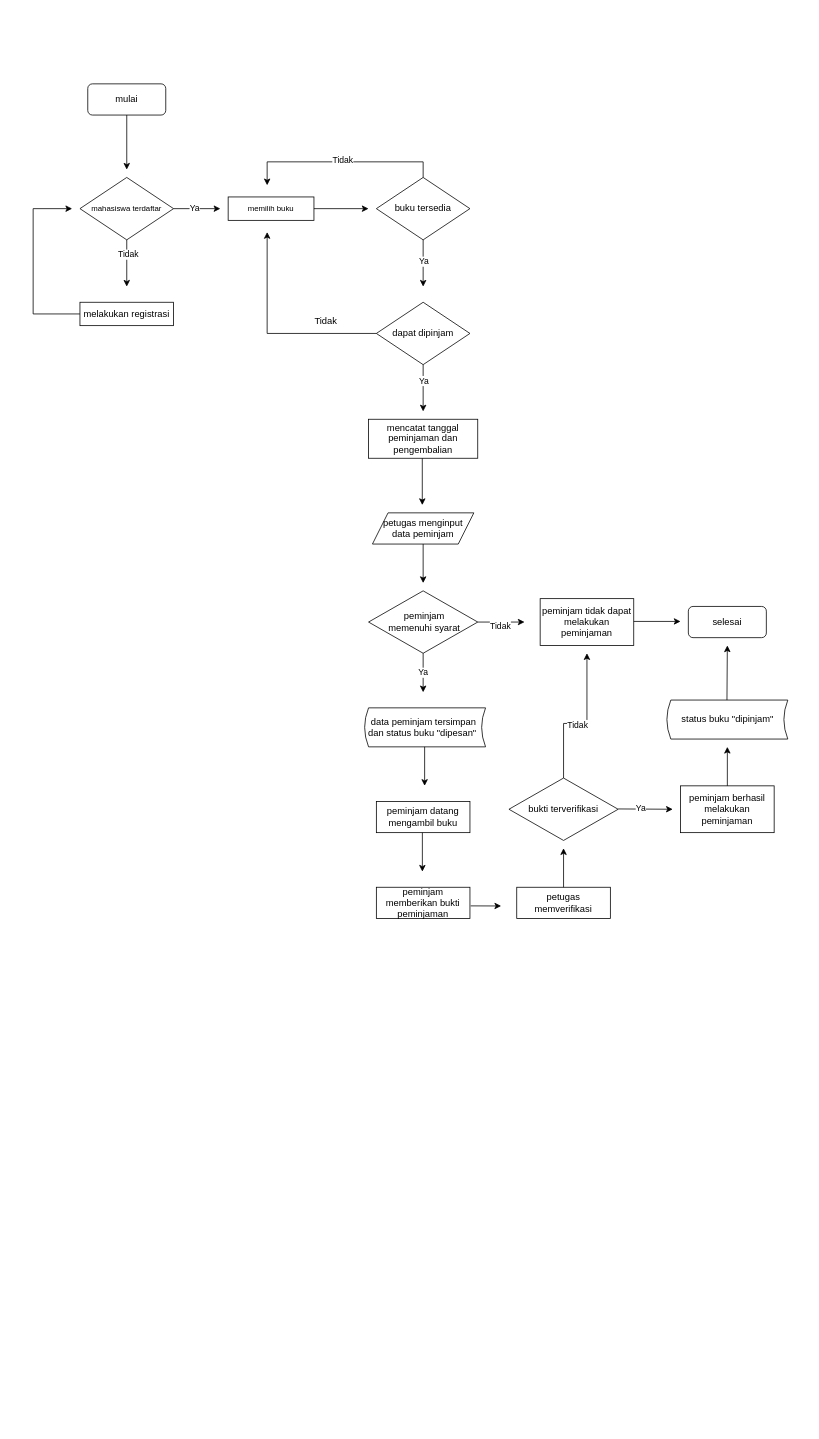
rifqireza/Project keeps this draw.io diagram as Diagram Tanpa Judul.drawio. Above is the earlier version. Source tidied: cells renumbered, new cells numbered last; positions are measured from the earlier drawing's top-left corner, leaving out a move shared by most shapes. Both pictures are drawn from the tidied source at 78%, with x=0, y=0 at pixel (33, 83).
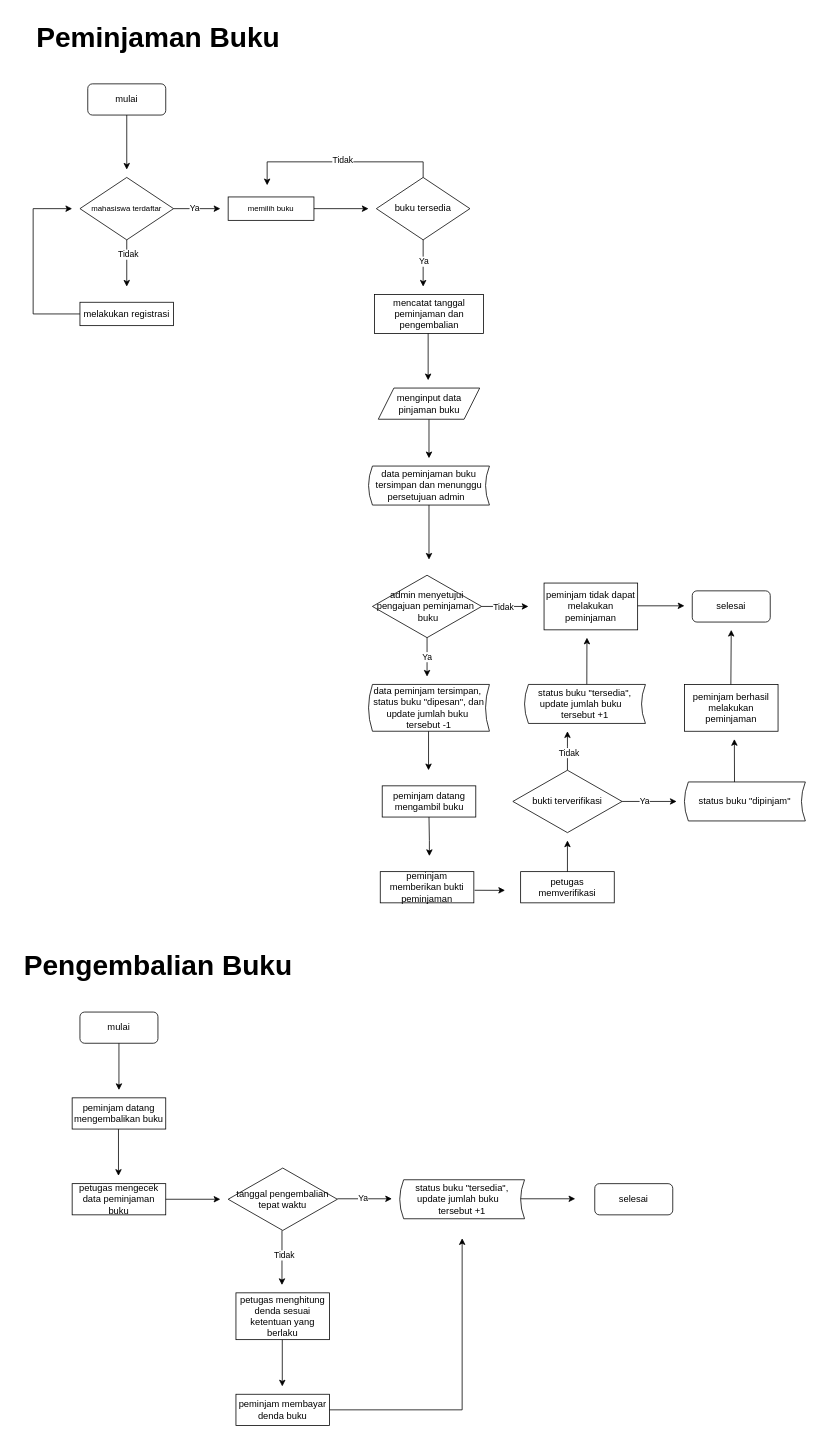
After the change.

The edit, as a diff of the source:
```diff
@@
-    <mxCell id="18" value="dapat dipinjam" style="rhombus;whiteSpace=wrap;html=1;" parent="1" vertex="1">
-      <mxGeometry x="440" y="280" width="120" height="80" as="geometry" />
-    </mxCell>
-    <mxCell id="19" style="endArrow=classic;html=1;rounded=0;exitX=0.5;exitY=1;exitDx=0;exitDy=0;" parent="1" edge="1">
-      <mxGeometry relative="1" as="geometry">
-        <mxPoint x="500" y="360" as="sourcePoint" />
-        <mxPoint x="500" y="420" as="targetPoint" />
-      </mxGeometry>
-    </mxCell>
-    <mxCell id="20" value="Ya" style="edgeLabel;html=1;align=center;verticalAlign=middle;" parent="19" vertex="1">
-      <mxGeometry x="-0.34" relative="1" as="geometry" />
-    </mxCell>
-    <mxCell id="21" style="endArrow=classic;html=1;rounded=0;exitX=0;exitY=0.5;exitDx=0;exitDy=0;" parent="1" edge="1" source="18">
-      <mxGeometry relative="1" as="geometry">
-        <mxPoint x="300" y="190" as="targetPoint" />
-        <Array as="points">
-          <mxPoint x="300" y="320" />
-        </Array>
-      </mxGeometry>
-    </mxCell>
-    <mxCell id="22" value="Tidak" style="text;html=1;align=center;verticalAlign=middle;strokeColor=none;fillColor=none;" parent="1" vertex="1">
-      <mxGeometry x="350" y="290" width="50" height="30" as="geometry" />
-    </mxCell>
     <mxCell id="23" value="mencatat tanggal peminjaman dan pengembalian" style="rounded=0;whiteSpace=wrap;html=1;" parent="1" vertex="1">
-      <mxGeometry x="430" y="430" width="140" height="50" as="geometry" />
+      <mxGeometry x="437.5" y="270" width="140" height="50" as="geometry" />
     </mxCell>
     <mxCell id="24" style="endArrow=classic;html=1;rounded=0;exitX=0.5;exitY=1;exitDx=0;exitDy=0;" parent="1" edge="1">
       <mxGeometry relative="1" as="geometry">
-        <mxPoint x="498.9" y="480" as="sourcePoint" />
-        <mxPoint x="498.9" y="540" as="targetPoint" />
+        <mxPoint x="506.4" y="320" as="sourcePoint" />
+        <mxPoint x="506.4" y="380" as="targetPoint" />
       </mxGeometry>
     </mxCell>
-    <mxCell id="25" value="petugas menginput data peminjam" style="shape=parallelogram;perimeter=parallelogramPerimeter;whiteSpace=wrap;html=1;fixedSize=1;" parent="1" vertex="1">
-      <mxGeometry x="435" y="550" width="130" height="40" as="geometry" />
+    <mxCell id="25" value="menginput data pinjaman buku" style="shape=parallelogram;perimeter=parallelogramPerimeter;whiteSpace=wrap;html=1;fixedSize=1;" parent="1" vertex="1">
+      <mxGeometry x="442.5" y="390" width="130" height="40" as="geometry" />
     </mxCell>
@@
     <mxCell id="27" style="endArrow=classic;html=1;rounded=0;" parent="1" edge="1">
       <mxGeometry relative="1" as="geometry">
-        <mxPoint x="500" y="590" as="sourcePoint" />
-        <mxPoint x="500" y="640" as="targetPoint" />
+        <mxPoint x="507.5" y="430" as="sourcePoint" />
+        <mxPoint x="507.5" y="480" as="targetPoint" />
       </mxGeometry>
     </mxCell>
-    <mxCell id="28" value="&amp;nbsp; &amp;nbsp; &amp;nbsp; peminjam&amp;nbsp; &amp;nbsp; &amp;nbsp; &amp;nbsp;memenuhi syarat" style="rhombus;whiteSpace=wrap;html=1;" parent="1" vertex="1">
-      <mxGeometry x="430" y="650" width="140" height="80" as="geometry" />
+    <mxCell id="28" value="admin menyetujui pengajuan peminjaman&amp;nbsp; &amp;nbsp;buku" style="rhombus;whiteSpace=wrap;html=1;" parent="1" vertex="1">
+      <mxGeometry x="435" y="630" width="140" height="80" as="geometry" />
     </mxCell>
     <mxCell id="29" value="selesai" style="rounded=1;whiteSpace=wrap;html=1;" parent="1" vertex="1">
-      <mxGeometry x="840" y="670" width="100" height="40" as="geometry" />
+      <mxGeometry x="845" y="650" width="100" height="40" as="geometry" />
     </mxCell>
     <mxCell id="30" style="endArrow=classic;html=1;rounded=0;exitX=1;exitY=0.5;exitDx=0;exitDy=0;" parent="1" edge="1" source="28">
       <mxGeometry relative="1" as="geometry">
-        <mxPoint x="630" y="690" as="targetPoint" />
+        <mxPoint x="635" y="670" as="targetPoint" />
       </mxGeometry>
     </mxCell>
-    <mxCell id="31" value="Tidak" style="edgeLabel;html=1;align=center;verticalAlign=middle;" parent="30" vertex="1">
-      <mxGeometry x="-0.08" y="-4" relative="1" as="geometry" />
-    </mxCell>
+    <mxCell id="52" value="Tidak" style="edgeLabel;html=1;align=center;verticalAlign=middle;" parent="30" vertex="1">
+      <mxGeometry x="-0.1" relative="1" as="geometry" />
+    </mxCell>
     <mxCell id="32" value="Ya" style="endArrow=classic;html=1;rounded=0;exitX=0.5;exitY=1;exitDx=0;exitDy=0;" parent="1" edge="1" source="28">
       <mxGeometry relative="1" as="geometry">
-        <mxPoint x="500" y="780" as="targetPoint" />
+        <mxPoint x="505" y="760" as="targetPoint" />
       </mxGeometry>
     </mxCell>
-    <mxCell id="33" value="data peminjam tersimpan&amp;nbsp; dan status buku &quot;dipesan&quot;&amp;nbsp;&amp;nbsp;" style="shape=dataStorage;whiteSpace=wrap;html=1;fixedSize=1;size=5;" parent="1" vertex="1">
-      <mxGeometry x="425" y="800" width="155" height="50" as="geometry" />
+    <mxCell id="33" value="&lt;br&gt;data peminjam tersimpan,&amp;nbsp; status buku &quot;dipesan&quot;, dan&lt;br style=&quot;border-color: var(--border-color);&quot;&gt;update jumlah buku&amp;nbsp; tersebut -1&lt;br&gt;&amp;nbsp;" style="shape=dataStorage;whiteSpace=wrap;html=1;fixedSize=1;size=5;" parent="1" vertex="1">
+      <mxGeometry x="430" y="770" width="155" height="60" as="geometry" />
     </mxCell>
     <mxCell id="34" style="endArrow=classic;html=1;rounded=0;exitX=0.5;exitY=1;exitDx=0;exitDy=0;" parent="1" edge="1">
       <mxGeometry relative="1" as="geometry">
-        <mxPoint x="501.9" y="850" as="sourcePoint" />
-        <mxPoint x="501.9" y="900" as="targetPoint" />
+        <mxPoint x="506.9" y="830" as="sourcePoint" />
+        <mxPoint x="506.9" y="880" as="targetPoint" />
       </mxGeometry>
     </mxCell>
     <mxCell id="35" value="peminjam datang mengambil buku" style="rounded=0;whiteSpace=wrap;html=1;" parent="1" vertex="1">
-      <mxGeometry x="440" y="920" width="120" height="40" as="geometry" />
+      <mxGeometry x="447.5" y="900" width="120" height="40" as="geometry" />
     </mxCell>
     <mxCell id="36" value="peminjam memberikan bukti peminjaman" style="rounded=0;whiteSpace=wrap;html=1;" parent="1" vertex="1">
-      <mxGeometry x="440" y="1030" width="120" height="40" as="geometry" />
+      <mxGeometry x="445" y="1010" width="120" height="40" as="geometry" />
     </mxCell>
-    <mxCell id="37" style="endArrow=classic;html=1;rounded=0;exitX=0.5;exitY=1;exitDx=0;exitDy=0;" parent="1" edge="1">
+    <mxCell id="37" style="endArrow=classic;html=1;rounded=0;exitX=0.5;exitY=1;exitDx=0;exitDy=0;" parent="1" edge="1" source="35">
       <mxGeometry relative="1" as="geometry">
-        <mxPoint x="499" y="960" as="sourcePoint" />
-        <mxPoint x="499" y="1010" as="targetPoint" />
+        <mxPoint x="508" y="990" as="targetPoint" />
+        <Array as="points">
+          <mxPoint x="508" y="970" />
+        </Array>
       </mxGeometry>
     </mxCell>
     <mxCell id="38" style="endArrow=classic;html=1;rounded=0;exitX=1.008;exitY=0.597;exitDx=0;exitDy=0;exitPerimeter=0;" parent="1" edge="1" source="36">
       <mxGeometry relative="1" as="geometry">
-        <mxPoint x="600" y="1054" as="targetPoint" />
+        <mxPoint x="605" y="1034" as="targetPoint" />
       </mxGeometry>
     </mxCell>
     <mxCell id="39" value="petugas memverifikasi" style="rounded=0;whiteSpace=wrap;html=1;" parent="1" vertex="1">
-      <mxGeometry x="620" y="1030" width="120" height="40" as="geometry" />
+      <mxGeometry x="625" y="1010" width="120" height="40" as="geometry" />
     </mxCell>
     <mxCell id="40" value="peminjam tidak dapat melakukan peminjaman" style="rounded=0;whiteSpace=wrap;html=1;" parent="1" vertex="1">
-      <mxGeometry x="650" y="660" width="120" height="60" as="geometry" />
+      <mxGeometry x="655" y="640" width="120" height="60" as="geometry" />
     </mxCell>
     <mxCell id="41" style="endArrow=classic;html=1;rounded=0;exitX=1;exitY=0.5;exitDx=0;exitDy=0;" parent="1" edge="1">
       <mxGeometry relative="1" as="geometry">
-        <mxPoint x="770" y="689.2" as="sourcePoint" />
-        <mxPoint x="830" y="689.2" as="targetPoint" />
+        <mxPoint x="775" y="669.2" as="sourcePoint" />
+        <mxPoint x="835" y="669.2" as="targetPoint" />
       </mxGeometry>
     </mxCell>
     <mxCell id="42" style="endArrow=classic;html=1;rounded=0;exitX=0.5;exitY=0;exitDx=0;exitDy=0;" parent="1" edge="1" source="39">
       <mxGeometry relative="1" as="geometry">
-        <mxPoint x="680" y="980" as="targetPoint" />
+        <mxPoint x="685" y="970" as="targetPoint" />
       </mxGeometry>
     </mxCell>
     <mxCell id="43" value="bukti terverifikasi" style="rhombus;whiteSpace=wrap;html=1;" parent="1" vertex="1">
-      <mxGeometry x="610" y="890" width="140" height="80" as="geometry" />
+      <mxGeometry x="615" y="880" width="140" height="80" as="geometry" />
     </mxCell>
     <mxCell id="44" style="endArrow=classic;html=1;rounded=0;exitX=0.5;exitY=0;exitDx=0;exitDy=0;" parent="1" edge="1" source="43">
       <mxGeometry relative="1" as="geometry">
-        <mxPoint x="710" y="730" as="targetPoint" />
+        <mxPoint x="685" y="830" as="targetPoint" />
         <Array as="points">
-          <mxPoint x="680" y="820" />
-          <mxPoint x="710" y="820" />
+          <mxPoint x="685" y="850" />
+          <mxPoint x="685" y="840" />
         </Array>
       </mxGeometry>
     </mxCell>
@@
     <mxCell id="46" value="peminjam berhasil melakukan peminjaman" style="rounded=0;whiteSpace=wrap;html=1;" parent="1" vertex="1">
-      <mxGeometry x="830" y="900" width="120" height="60" as="geometry" />
+      <mxGeometry x="835" y="770" width="120" height="60" as="geometry" />
     </mxCell>
-    <mxCell id="47" style="endArrow=classic;html=1;rounded=0;exitX=1;exitY=0.5;exitDx=0;exitDy=0;" parent="1" edge="1">
+    <mxCell id="47" style="endArrow=classic;html=1;rounded=0;exitX=1;exitY=0.5;exitDx=0;exitDy=0;" parent="1" edge="1" source="43">
       <mxGeometry relative="1" as="geometry">
-        <mxPoint x="750" y="929.6" as="sourcePoint" />
-        <mxPoint x="820" y="930" as="targetPoint" />
+        <mxPoint x="825" y="920" as="targetPoint" />
       </mxGeometry>
     </mxCell>
@@
     <mxCell id="49" value="status buku &quot;dipinjam&quot;" style="shape=dataStorage;whiteSpace=wrap;html=1;fixedSize=1;size=5;" parent="1" vertex="1">
-      <mxGeometry x="812.5" y="790" width="155" height="50" as="geometry" />
+      <mxGeometry x="835" y="895" width="155" height="50" as="geometry" />
     </mxCell>
-    <mxCell id="50" style="endArrow=classic;html=1;rounded=0;exitX=0.5;exitY=0;exitDx=0;exitDy=0;" parent="1" edge="1" source="46">
+    <mxCell id="50" style="endArrow=classic;html=1;rounded=0;exitX=0.414;exitY=0;exitDx=0;exitDy=0;exitPerimeter=0;" parent="1" edge="1" source="49">
       <mxGeometry relative="1" as="geometry">
-        <mxPoint x="890" y="850" as="targetPoint" />
+        <mxPoint x="899" y="840" as="targetPoint" />
       </mxGeometry>
     </mxCell>
     <mxCell id="51" style="endArrow=classic;html=1;rounded=0;exitX=0.5;exitY=0;exitDx=0;exitDy=0;" parent="1" edge="1">
       <mxGeometry relative="1" as="geometry">
-        <mxPoint x="889.5" y="790" as="sourcePoint" />
-        <mxPoint x="890" y="720" as="targetPoint" />
+        <mxPoint x="894.5" y="770" as="sourcePoint" />
+        <mxPoint x="895" y="700" as="targetPoint" />
       </mxGeometry>
     </mxCell>
+    <mxCell id="53" value="data peminjaman buku tersimpan dan menunggu persetujuan admin&amp;nbsp;&amp;nbsp;" style="shape=dataStorage;whiteSpace=wrap;html=1;fixedSize=1;size=5;" parent="1" vertex="1">
+      <mxGeometry x="430" y="490" width="155" height="50" as="geometry" />
+    </mxCell>
+    <mxCell id="54" style="endArrow=classic;html=1;rounded=0;exitX=0.5;exitY=1;exitDx=0;exitDy=0;" parent="1" edge="1" source="53">
+      <mxGeometry relative="1" as="geometry">
+        <mxPoint x="507.5" y="610" as="targetPoint" />
+      </mxGeometry>
+    </mxCell>
+    <mxCell id="55" value="&lt;span style=&quot;font-size: 36px;&quot;&gt;&lt;b&gt;Peminjaman Buku&lt;/b&gt;&lt;/span&gt;" style="text;html=1;align=center;verticalAlign=middle;strokeColor=none;fillColor=none;" parent="1" vertex="1">
+      <mxGeometry x="-10" y="-90" width="340" height="60" as="geometry" />
+    </mxCell>
+    <mxCell id="56" value="&lt;span style=&quot;font-size: 36px;&quot;&gt;&lt;b&gt;Pengembalian Buku&lt;/b&gt;&lt;/span&gt;" style="text;html=1;align=center;verticalAlign=middle;strokeColor=none;fillColor=none;" parent="1" vertex="1">
+      <mxGeometry x="-25" y="1100" width="370" height="60" as="geometry" />
+    </mxCell>
+    <mxCell id="57" value="mulai" style="rounded=1;whiteSpace=wrap;html=1;" parent="1" vertex="1">
+      <mxGeometry x="60" y="1190" width="100" height="40" as="geometry" />
+    </mxCell>
+    <mxCell id="58" style="endArrow=classic;html=1;rounded=0;exitX=0.5;exitY=1;exitDx=0;exitDy=0;" parent="1" edge="1" source="57">
+      <mxGeometry relative="1" as="geometry">
+        <mxPoint x="110" y="1290" as="targetPoint" />
+      </mxGeometry>
+    </mxCell>
+    <mxCell id="59" value="peminjam datang mengembalikan buku" style="rounded=0;whiteSpace=wrap;html=1;" parent="1" vertex="1">
+      <mxGeometry x="50" y="1300" width="120" height="40" as="geometry" />
+    </mxCell>
+    <mxCell id="60" value="petugas mengecek data peminjaman buku" style="rounded=0;whiteSpace=wrap;html=1;" parent="1" vertex="1">
+      <mxGeometry x="50" y="1410" width="120" height="40" as="geometry" />
+    </mxCell>
+    <mxCell id="61" style="endArrow=classic;html=1;rounded=0;exitX=0.5;exitY=1;exitDx=0;exitDy=0;" parent="1" edge="1">
+      <mxGeometry relative="1" as="geometry">
+        <mxPoint x="109.4" y="1340" as="sourcePoint" />
+        <mxPoint x="109.4" y="1400" as="targetPoint" />
+      </mxGeometry>
+    </mxCell>
+    <mxCell id="62" value="tanggal pengembalian tepat waktu" style="rhombus;whiteSpace=wrap;html=1;" parent="1" vertex="1">
+      <mxGeometry x="250" y="1390" width="140" height="80" as="geometry" />
+    </mxCell>
+    <mxCell id="63" style="endArrow=classic;html=1;rounded=0;exitX=1;exitY=0.5;exitDx=0;exitDy=0;" parent="1" edge="1" source="60">
+      <mxGeometry relative="1" as="geometry">
+        <mxPoint x="240" y="1430" as="targetPoint" />
+      </mxGeometry>
+    </mxCell>
+    <mxCell id="64" style="endArrow=classic;html=1;rounded=0;exitX=1;exitY=0.5;exitDx=0;exitDy=0;" parent="1" edge="1">
+      <mxGeometry relative="1" as="geometry">
+        <mxPoint x="390" y="1429.4" as="sourcePoint" />
+        <mxPoint x="460" y="1429.4" as="targetPoint" />
+      </mxGeometry>
+    </mxCell>
+    <mxCell id="20" value="Ya" style="edgeLabel;html=1;align=center;verticalAlign=middle;" parent="64" vertex="1">
+      <mxGeometry x="-0.05" y="1" relative="1" as="geometry">
+        <mxPoint x="-1" as="offset" />
+      </mxGeometry>
+    </mxCell>
+    <mxCell id="65" value="selesai" style="rounded=1;whiteSpace=wrap;html=1;" parent="1" vertex="1">
+      <mxGeometry x="720" y="1410" width="100" height="40" as="geometry" />
+    </mxCell>
+    <mxCell id="66" style="endArrow=classic;html=1;rounded=0;" parent="1" edge="1">
+      <mxGeometry relative="1" as="geometry">
+        <mxPoint x="319" y="1470" as="sourcePoint" />
+        <mxPoint x="319" y="1540" as="targetPoint" />
+      </mxGeometry>
+    </mxCell>
+    <mxCell id="67" value="Tidak" style="edgeLabel;html=1;align=center;verticalAlign=middle;" parent="66" vertex="1">
+      <mxGeometry x="-0.11" y="2" relative="1" as="geometry" />
+    </mxCell>
+    <mxCell id="68" value="petugas menghitung denda sesuai ketentuan yang berlaku" style="rounded=0;whiteSpace=wrap;html=1;" parent="1" vertex="1">
+      <mxGeometry x="260" y="1550" width="120" height="60" as="geometry" />
+    </mxCell>
+    <mxCell id="69" style="endArrow=classic;html=1;rounded=0;exitX=0.5;exitY=1;exitDx=0;exitDy=0;" parent="1" edge="1">
+      <mxGeometry relative="1" as="geometry">
+        <mxPoint x="319.4" y="1610" as="sourcePoint" />
+        <mxPoint x="319.4" y="1670" as="targetPoint" />
+      </mxGeometry>
+    </mxCell>
+    <mxCell id="70" value="peminjam membayar denda buku" style="rounded=0;whiteSpace=wrap;html=1;" parent="1" vertex="1">
+      <mxGeometry x="260" y="1680" width="120" height="40" as="geometry" />
+    </mxCell>
+    <mxCell id="71" value="status buku &quot;tersedia&quot;,&lt;br&gt;update jumlah buku&amp;nbsp; &amp;nbsp; tersebut +1" style="shape=dataStorage;whiteSpace=wrap;html=1;fixedSize=1;size=5;" parent="1" vertex="1">
+      <mxGeometry x="470" y="1405" width="160" height="50" as="geometry" />
+    </mxCell>
+    <mxCell id="72" style="endArrow=classic;html=1;rounded=0;exitX=1;exitY=0.5;exitDx=0;exitDy=0;" parent="1" edge="1" source="70">
+      <mxGeometry relative="1" as="geometry">
+        <mxPoint x="550" y="1480" as="targetPoint" />
+        <Array as="points">
+          <mxPoint x="550" y="1700" />
+        </Array>
+      </mxGeometry>
+    </mxCell>
+    <mxCell id="73" style="endArrow=classic;html=1;rounded=0;exitX=1;exitY=0.5;exitDx=0;exitDy=0;" parent="1" edge="1">
+      <mxGeometry relative="1" as="geometry">
+        <mxPoint x="625" y="1429.4" as="sourcePoint" />
+        <mxPoint x="695" y="1429.4" as="targetPoint" />
+      </mxGeometry>
+    </mxCell>
+    <mxCell id="74" value="status buku &quot;tersedia&quot;,&lt;br style=&quot;border-color: var(--border-color);&quot;&gt;update jumlah buku&amp;nbsp; &amp;nbsp; tersebut +1" style="shape=dataStorage;whiteSpace=wrap;html=1;fixedSize=1;size=5;" parent="1" vertex="1">
+      <mxGeometry x="630" y="770" width="155" height="50" as="geometry" />
+    </mxCell>
+    <mxCell id="75" style="endArrow=classic;html=1;rounded=0;exitX=0.515;exitY=-0.006;exitDx=0;exitDy=0;exitPerimeter=0;" parent="1" edge="1" source="74">
+      <mxGeometry relative="1" as="geometry">
+        <mxPoint x="710" y="710" as="targetPoint" />
+      </mxGeometry>
+    </mxCell>
```
